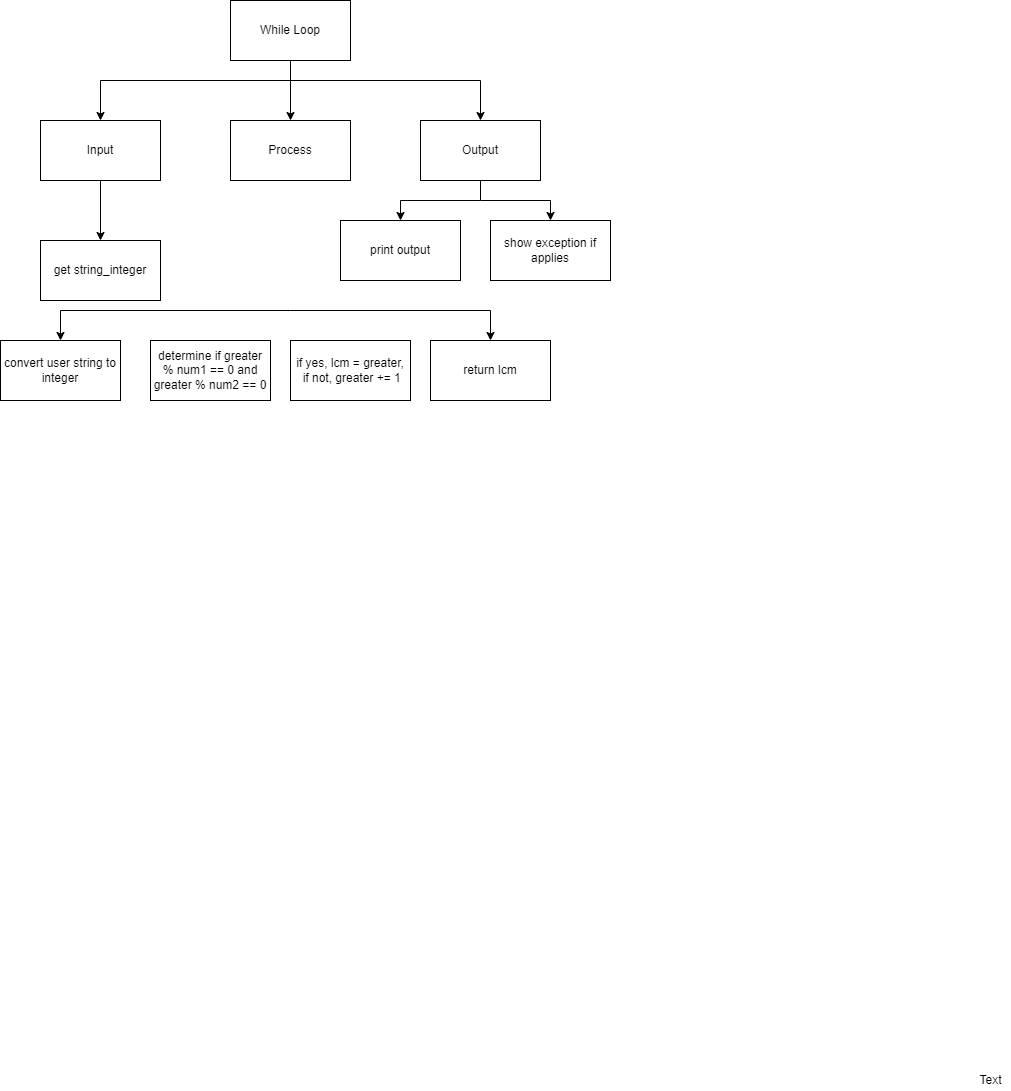
Earlier version of the draw.io export design/top-down.png (zaida-hammmel2108/ICS3U-Assignment-5-Python). Source tidied: cells renumbered, new cells last; positions are measured from the earlier drawing's top-left corner, leaving out a move shared by most shapes. Its diagram source:
```xml
<mxGraphModel>
  <root>
    <mxCell id="0" />
    <mxCell id="1" parent="0" />
    <mxCell id="2" style="edgeStyle=none;html=1;" parent="1" edge="1" source="5" target="6">
      <mxGeometry relative="1" as="geometry" />
    </mxCell>
    <mxCell id="3" style="edgeStyle=orthogonalEdgeStyle;html=1;entryX=0.5;entryY=0;entryDx=0;entryDy=0;rounded=0;" parent="1" edge="1" target="8">
      <mxGeometry relative="1" as="geometry">
        <mxPoint x="290" y="80" as="sourcePoint" />
      </mxGeometry>
    </mxCell>
    <mxCell id="4" style="edgeStyle=orthogonalEdgeStyle;rounded=0;html=1;" parent="1" edge="1" source="5" target="11">
      <mxGeometry relative="1" as="geometry">
        <Array as="points">
          <mxPoint x="290" y="80" />
          <mxPoint x="480" y="80" />
        </Array>
      </mxGeometry>
    </mxCell>
    <mxCell id="5" value="While Loop" style="rounded=0;whiteSpace=wrap;html=1;" parent="1" vertex="1">
      <mxGeometry x="230" width="120" height="60" as="geometry" />
    </mxCell>
    <mxCell id="6" value="Process" style="rounded=0;whiteSpace=wrap;html=1;" parent="1" vertex="1">
      <mxGeometry x="230" y="120" width="120" height="60" as="geometry" />
    </mxCell>
    <mxCell id="7" style="edgeStyle=orthogonalEdgeStyle;html=1;entryX=0.5;entryY=0;entryDx=0;entryDy=0;rounded=0;" parent="1" edge="1" source="8" target="13">
      <mxGeometry relative="1" as="geometry" />
    </mxCell>
    <mxCell id="8" value="Input" style="rounded=0;whiteSpace=wrap;html=1;" parent="1" vertex="1">
      <mxGeometry x="40" y="120" width="120" height="60" as="geometry" />
    </mxCell>
    <mxCell id="9" style="edgeStyle=orthogonalEdgeStyle;rounded=0;html=1;entryX=0.5;entryY=0;entryDx=0;entryDy=0;" parent="1" edge="1" target="14">
      <mxGeometry relative="1" as="geometry">
        <mxPoint x="480" y="200" as="sourcePoint" />
      </mxGeometry>
    </mxCell>
    <mxCell id="10" style="edgeStyle=orthogonalEdgeStyle;rounded=0;html=1;entryX=0.5;entryY=0;entryDx=0;entryDy=0;" parent="1" edge="1" source="11" target="20">
      <mxGeometry relative="1" as="geometry" />
    </mxCell>
    <mxCell id="11" value="Output" style="rounded=0;whiteSpace=wrap;html=1;" parent="1" vertex="1">
      <mxGeometry x="420" y="120" width="120" height="60" as="geometry" />
    </mxCell>
    <mxCell id="12" value="convert user string to integer" style="rounded=0;whiteSpace=wrap;html=1;" parent="1" vertex="1">
      <mxGeometry y="340" width="120" height="60" as="geometry" />
    </mxCell>
    <mxCell id="13" value="get string_integer" style="rounded=0;whiteSpace=wrap;html=1;" parent="1" vertex="1">
      <mxGeometry x="40" y="240" width="120" height="60" as="geometry" />
    </mxCell>
    <mxCell id="14" value="show exception if applies" style="rounded=0;whiteSpace=wrap;html=1;" parent="1" vertex="1">
      <mxGeometry x="490" y="220" width="120" height="60" as="geometry" />
    </mxCell>
    <mxCell id="15" value="Text" style="text;html=1;align=center;verticalAlign=middle;strokeColor=none;fillColor=none;" parent="1" vertex="1">
      <mxGeometry x="970" y="1070" width="40" height="20" as="geometry" />
    </mxCell>
    <mxCell id="16" value="determine if greater % num1 == 0 and greater % num2 == 0" style="rounded=0;whiteSpace=wrap;html=1;" parent="1" vertex="1">
      <mxGeometry x="150" y="340" width="120" height="60" as="geometry" />
    </mxCell>
    <mxCell id="17" value="return lcm" style="rounded=0;whiteSpace=wrap;html=1;" parent="1" vertex="1">
      <mxGeometry x="430" y="340" width="120" height="60" as="geometry" />
    </mxCell>
    <mxCell id="18" style="endArrow=classic;html=1;entryX=0.5;entryY=0;entryDx=0;entryDy=0;edgeStyle=orthogonalEdgeStyle;rounded=0;" parent="1" edge="1" target="12">
      <mxGeometry relative="1" as="geometry">
        <mxPoint x="290" y="310" as="sourcePoint" />
      </mxGeometry>
    </mxCell>
    <mxCell id="19" style="endArrow=classic;html=1;rounded=0;entryX=0.5;entryY=0;entryDx=0;entryDy=0;edgeStyle=orthogonalEdgeStyle;" parent="1" edge="1" target="17">
      <mxGeometry relative="1" as="geometry">
        <mxPoint x="290" y="310" as="sourcePoint" />
      </mxGeometry>
    </mxCell>
    <mxCell id="20" value="print output" style="rounded=0;whiteSpace=wrap;html=1;" parent="1" vertex="1">
      <mxGeometry x="340" y="220" width="120" height="60" as="geometry" />
    </mxCell>
    <mxCell id="21" value="if yes, lcm = greater,&lt;br&gt;&amp;nbsp;if not, greater += 1" style="rounded=0;whiteSpace=wrap;html=1;" parent="1" vertex="1">
      <mxGeometry x="290" y="340" width="120" height="60" as="geometry" />
    </mxCell>
  </root>
</mxGraphModel>
```
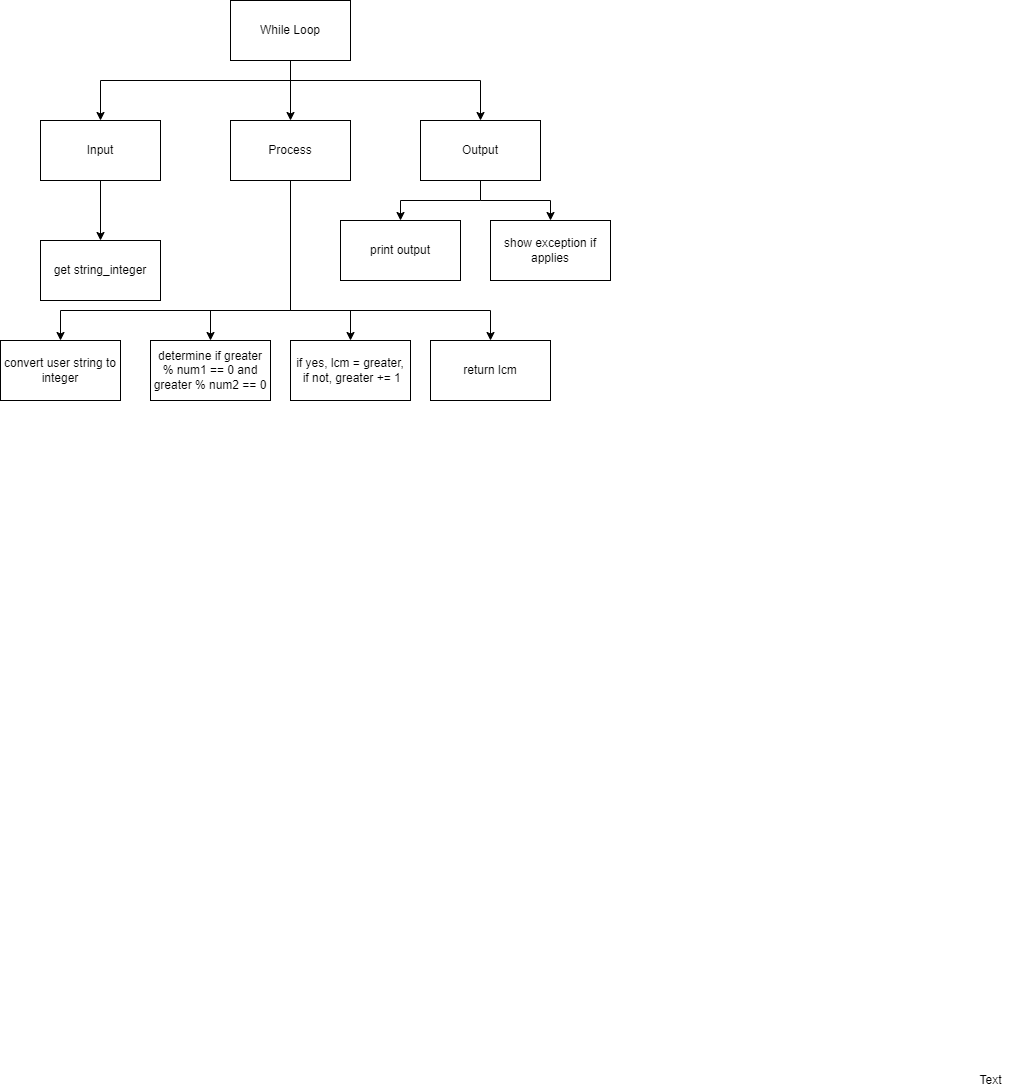
Above is the later version.

What changed in the source:
```diff
@@ -75,5 +75,23 @@
     <mxCell id="21" value="if yes, lcm = greater,&lt;br&gt;&amp;nbsp;if not, greater += 1" style="rounded=0;whiteSpace=wrap;html=1;" parent="1" vertex="1">
       <mxGeometry x="290" y="340" width="120" height="60" as="geometry" />
     </mxCell>
+    <mxCell id="22" style="endArrow=none;html=1;entryX=0.5;entryY=1;entryDx=0;entryDy=0;" parent="1" edge="1" target="6">
+      <mxGeometry relative="1" as="geometry">
+        <mxPoint x="290" y="310" as="sourcePoint" />
+      </mxGeometry>
+    </mxCell>
+    <mxCell id="23" style="endArrow=classic;html=1;entryX=0.5;entryY=0;entryDx=0;entryDy=0;edgeStyle=orthogonalEdgeStyle;rounded=0;" parent="1" edge="1" target="16">
+      <mxGeometry relative="1" as="geometry">
+        <mxPoint x="290" y="310" as="sourcePoint" />
+      </mxGeometry>
+    </mxCell>
+    <mxCell id="24" style="endArrow=classic;html=1;rounded=0;entryX=0.5;entryY=0;entryDx=0;entryDy=0;edgeStyle=orthogonalEdgeStyle;" parent="1" edge="1" target="21">
+      <mxGeometry relative="1" as="geometry">
+        <mxPoint x="290" y="310" as="sourcePoint" />
+        <Array as="points">
+          <mxPoint x="350" y="310" />
+        </Array>
+      </mxGeometry>
+    </mxCell>
   </root>
 </mxGraphModel>
```
